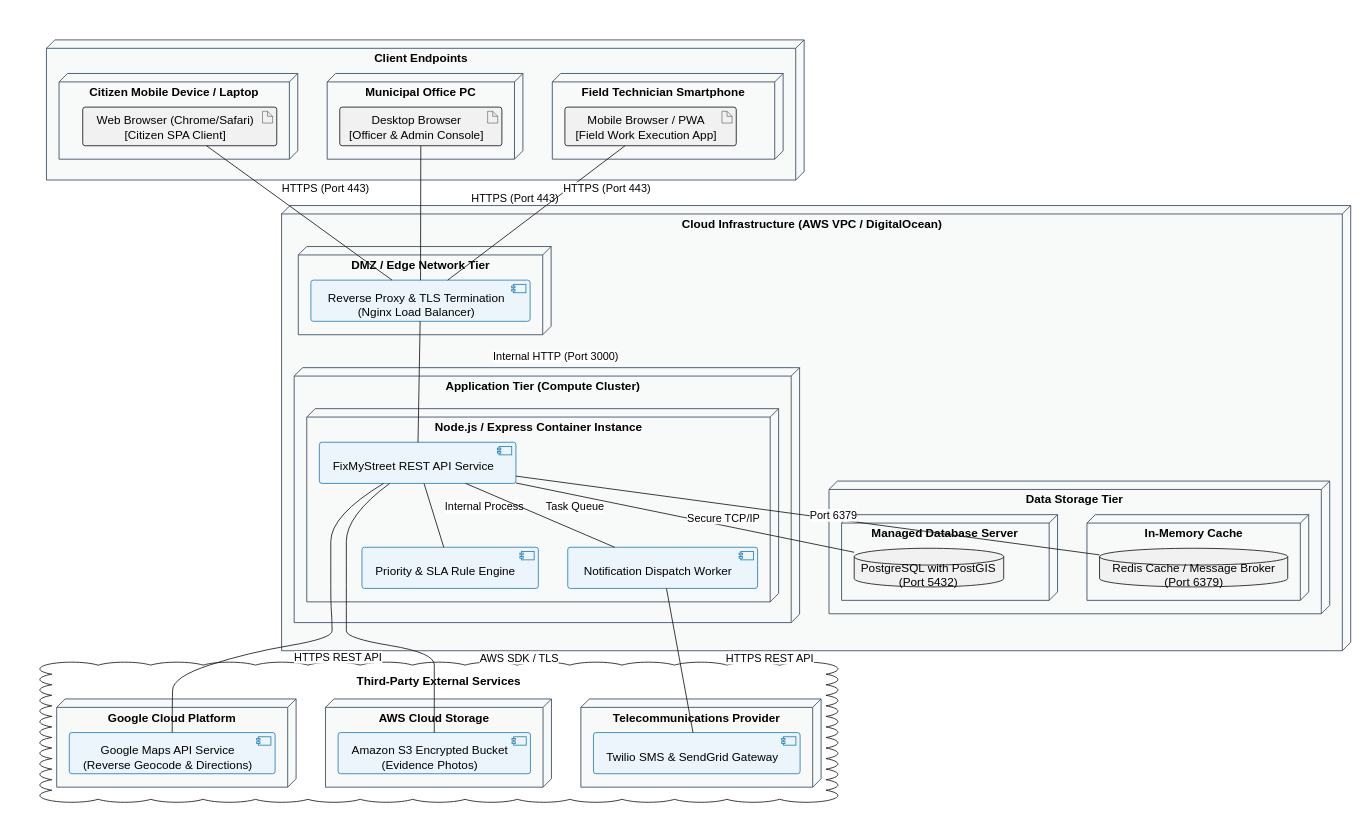
The draw.io diagram Deployment Diagram.drawio in SAAD01011/FixMyStreet-, before the edit. Source tidied: cells renumbered, new cells numbered last; positions are measured from the earlier drawing's top-left corner, leaving out a move shared by most shapes. Both pictures are drawn from the tidied source at 84%, with x=0, y=0 at pixel (14, 14).
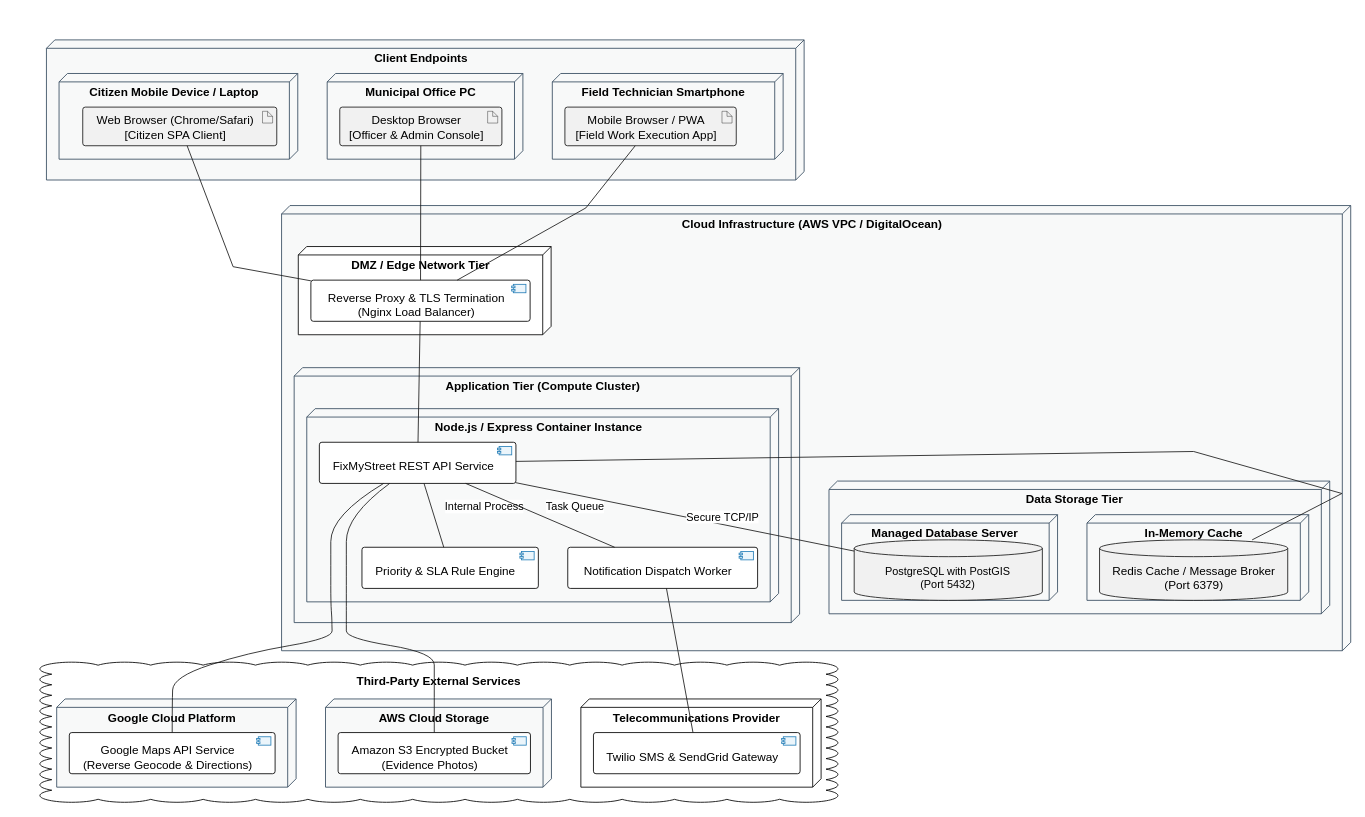
The same diagram, later.

Unchanged cells that the change refers to:
```xml
<mxCell id="2" style="group;transparentBounds=1;editIcon=1;lockedGroup=0;groupPadding=10;" parent="1" vertex="1">
  <mxGeometry as="geometry" />
</mxCell>
<mxCell id="5" value="Web Browser (Chrome/Safari)&#10;[Citizen SPA Client]" style="rounded=1;absoluteArcSize=1;arcSize=6;fillColor=#F1F1F1;strokeColor=#181818;fontSize=14;whiteSpace=wrap;spacingRight=10;spacingTop=2;shadow=0;" parent="4" vertex="1">
  <mxGeometry x="28.2" y="40" width="231" height="46" as="geometry" />
</mxCell>
<mxCell id="8" value="Desktop Browser&#10;[Officer &amp; Admin Console]" style="rounded=1;absoluteArcSize=1;arcSize=6;fillColor=#F1F1F1;strokeColor=#181818;fontSize=14;whiteSpace=wrap;spacingRight=10;spacingTop=2;shadow=0;" parent="7" vertex="1">
  <mxGeometry x="15" y="40" width="193" height="46" as="geometry" />
</mxCell>
<mxCell id="11" value="Mobile Browser / PWA&#10;[Field Work Execution App]" style="rounded=1;absoluteArcSize=1;arcSize=6;fillColor=#F1F1F1;strokeColor=#181818;fontSize=14;whiteSpace=wrap;spacingRight=10;spacingTop=2;shadow=0;" parent="10" vertex="1">
  <mxGeometry x="15" y="40" width="204" height="46" as="geometry" />
</mxCell>
<mxCell id="13" value="Cloud Infrastructure (AWS VPC / DigitalOcean)" style="shape=cube;size=10;flipH=1;fillColor=#F8F9F9;strokeColor=#34495E;verticalAlign=top;align=center;spacingTop=7;spacingRight=10;fontSize=14;fontStyle=1;whiteSpace=wrap;rounded=1;arcSize=6;absoluteArcSize=1;shadow=0;" parent="2" vertex="1">
  <mxGeometry x="317.7" y="227.2" width="1272.8" height="530" as="geometry" />
</mxCell>
<mxCell id="20" value="Node.js / Express Container Instance" style="shape=cube;size=10;flipH=1;fillColor=#F8F9F9;strokeColor=#34495E;verticalAlign=top;align=center;spacingTop=7;spacingRight=10;fontSize=14;fontStyle=1;whiteSpace=wrap;rounded=1;arcSize=6;absoluteArcSize=1;shadow=0;" parent="19" vertex="1">
  <mxGeometry x="15" y="48.8" width="561.7" height="230" as="geometry" />
</mxCell>
<mxCell id="36" value="Managed Database Server" style="shape=cube;size=10;flipH=1;fillColor=#F8F9F9;strokeColor=#34495E;verticalAlign=top;align=center;spacingTop=7;spacingRight=10;fontSize=14;fontStyle=1;whiteSpace=wrap;rounded=1;arcSize=6;absoluteArcSize=1;shadow=0;" parent="35" vertex="1">
  <mxGeometry x="15" y="40" width="257.1" height="102" as="geometry" />
</mxCell>
<mxCell id="38" value="In-Memory Cache" style="shape=cube;size=10;flipH=1;fillColor=#F8F9F9;strokeColor=#34495E;verticalAlign=top;align=center;spacingTop=7;spacingRight=10;fontSize=14;fontStyle=1;whiteSpace=wrap;rounded=1;arcSize=6;absoluteArcSize=1;shadow=0;" parent="35" vertex="1">
  <mxGeometry x="307.1" y="40" width="264" height="102" as="geometry" />
</mxCell>
<mxCell id="44" value="Google Cloud Platform" style="shape=cube;size=10;flipH=1;fillColor=#F8F9F9;strokeColor=#34495E;verticalAlign=top;align=center;spacingTop=7;spacingRight=10;fontSize=14;fontStyle=1;whiteSpace=wrap;rounded=1;arcSize=6;absoluteArcSize=1;shadow=0;" parent="43" vertex="1">
  <mxGeometry x="20" y="43.8" width="285" height="105" as="geometry" />
</mxCell>
<mxCell id="49" value="AWS Cloud Storage" style="shape=cube;size=10;flipH=1;fillColor=#F8F9F9;strokeColor=#34495E;verticalAlign=top;align=center;spacingTop=7;spacingRight=10;fontSize=14;fontStyle=1;whiteSpace=wrap;rounded=1;arcSize=6;absoluteArcSize=1;shadow=0;" parent="43" vertex="1">
  <mxGeometry x="340" y="43.8" width="269" height="105" as="geometry" />
</mxCell>
```

What changed in the source:
```diff
@@
-    <mxCell id="14" value="DMZ / Edge Network Tier" style="shape=cube;size=10;flipH=1;fillColor=#F8F9F9;strokeColor=#34495E;verticalAlign=top;align=center;spacingTop=7;spacingRight=10;fontSize=14;fontStyle=1;whiteSpace=wrap;rounded=1;arcSize=6;absoluteArcSize=1;shadow=0;" parent="13" vertex="1">
+    <mxCell id="14" value="DMZ / Edge Network Tier" style="shape=cube;size=10;flipH=1;verticalAlign=top;align=center;spacingTop=7;spacingRight=10;fontSize=14;fontStyle=1;whiteSpace=wrap;rounded=1;arcSize=6;absoluteArcSize=1;shadow=0;" parent="13" vertex="1">
       <mxGeometry x="19.9" y="48.8" width="301" height="105" as="geometry" />
     </mxCell>
-    <mxCell id="15" value="Reverse Proxy &amp; TLS Termination&#10;(Nginx Load Balancer)" style="rounded=1;absoluteArcSize=1;arcSize=6;fillColor=#EBF5FB;strokeColor=#2980B9;fontSize=14;whiteSpace=wrap;spacingRight=10;spacingTop=9;shadow=0;" parent="14" vertex="1">
+    <mxCell id="15" value="Reverse Proxy &amp; TLS Termination&#10;(Nginx Load Balancer)" style="rounded=1;absoluteArcSize=1;arcSize=6;fontSize=14;whiteSpace=wrap;spacingRight=10;spacingTop=9;shadow=0;" parent="14" vertex="1">
       <mxGeometry x="15" y="40" width="261" height="49" as="geometry" />
     </mxCell>
@@
-    <mxCell id="21" value="FixMyStreet REST API Service" style="rounded=1;absoluteArcSize=1;arcSize=6;fillColor=#EBF5FB;strokeColor=#2980B9;fontSize=14;whiteSpace=wrap;spacingRight=10;spacingTop=9;shadow=0;" parent="20" vertex="1">
+    <mxCell id="21" value="FixMyStreet REST API Service" style="rounded=1;absoluteArcSize=1;arcSize=6;fontSize=14;whiteSpace=wrap;spacingRight=10;spacingTop=9;shadow=0;" parent="20" vertex="1">
       <mxGeometry x="15" y="40" width="234" height="49" as="geometry" />
     </mxCell>
@@
-    <mxCell id="25" value="Priority &amp; SLA Rule Engine" style="rounded=1;absoluteArcSize=1;arcSize=6;fillColor=#EBF5FB;strokeColor=#2980B9;fontSize=14;whiteSpace=wrap;spacingRight=10;spacingTop=9;shadow=0;" parent="20" vertex="1">
+    <mxCell id="25" value="Priority &amp; SLA Rule Engine" style="rounded=1;absoluteArcSize=1;arcSize=6;fontSize=14;whiteSpace=wrap;spacingRight=10;spacingTop=9;shadow=0;" parent="20" vertex="1">
       <mxGeometry x="65.7" y="165" width="210" height="49" as="geometry" />
     </mxCell>
@@
-    <mxCell id="29" value="Notification Dispatch Worker" style="rounded=1;absoluteArcSize=1;arcSize=6;fillColor=#EBF5FB;strokeColor=#2980B9;fontSize=14;whiteSpace=wrap;spacingRight=10;spacingTop=9;shadow=0;" parent="20" vertex="1">
+    <mxCell id="29" value="Notification Dispatch Worker" style="rounded=1;absoluteArcSize=1;arcSize=6;fontSize=14;whiteSpace=wrap;spacingRight=10;spacingTop=9;shadow=0;" parent="20" vertex="1">
       <mxGeometry x="310.7" y="165" width="226" height="49" as="geometry" />
     </mxCell>
@@
-    <mxCell id="37" value="PostgreSQL with PostGIS&#10;(Port 5432)" style="shape=cylinder3;size=10;boundedLbl=1;backgroundOutline=1;fillColor=#F1F1F1;strokeColor=#181818;fontSize=14;whiteSpace=wrap;rounded=1;arcSize=6;absoluteArcSize=1;shadow=0;" parent="36" vertex="1">
-      <mxGeometry x="15" y="40" width="178" height="46" as="geometry" />
+    <mxCell id="37" value="PostgreSQL with PostGIS&#10;(Port 5432)" style="shape=cylinder3;size=10;boundedLbl=1;backgroundOutline=1;fillColor=#F1F1F1;strokeColor=#181818;fontSize=13;whiteSpace=wrap;rounded=1;arcSize=6;absoluteArcSize=1;shadow=0;" parent="36" vertex="1">
+      <mxGeometry x="15" y="30" width="224" height="72" as="geometry" />
     </mxCell>
@@
     <mxCell id="39" value="Redis Cache / Message Broker&#10;(Port 6379)" style="shape=cylinder3;size=10;boundedLbl=1;backgroundOutline=1;fillColor=#F1F1F1;strokeColor=#181818;fontSize=14;whiteSpace=wrap;rounded=1;arcSize=6;absoluteArcSize=1;shadow=0;" parent="38" vertex="1">
-      <mxGeometry x="15" y="40" width="224" height="46" as="geometry" />
+      <mxGeometry x="15" y="30" width="224" height="72" as="geometry" />
     </mxCell>
-    <mxCell id="40" value="Internal HTTP (Port 3000)" style="strokeColor=#181818;fontColor=#000000;fontSize=13;html=1;labelBackgroundColor=#FFFFFF;labelPosition=right;align=left;endArrow=none;curved=0;rounded=0;endSize=6;sourcePerimeterSpacing=0;targetPerimeterSpacing=0;" parent="13" edge="1" source="15" target="21">
+    <mxCell id="40" style="strokeColor=#181818;fontColor=#000000;fontSize=13;html=1;labelBackgroundColor=#FFFFFF;labelPosition=right;align=left;endArrow=none;curved=0;rounded=0;endSize=6;sourcePerimeterSpacing=0;targetPerimeterSpacing=0;" parent="13" edge="1" source="15" target="21">
       <mxGeometry relative="1" as="geometry">
         <mxPoint x="87" y="-30" as="offset" />
       </mxGeometry>
     </mxCell>
@@
-    <mxCell id="42" value="Port 6379" style="strokeColor=#181818;fontColor=#000000;fontSize=13;html=1;labelBackgroundColor=#FFFFFF;labelPosition=right;align=left;endArrow=none;curved=0;rounded=0;endSize=6;sourcePerimeterSpacing=0;targetPerimeterSpacing=0;" parent="13" edge="1" source="21" target="39">
-      <mxGeometry relative="1" as="geometry" />
+    <mxCell id="42" style="strokeColor=#181818;fontColor=#000000;fontSize=13;html=1;labelBackgroundColor=#FFFFFF;labelPosition=right;align=left;endArrow=none;curved=0;rounded=0;endSize=6;sourcePerimeterSpacing=0;targetPerimeterSpacing=0;" parent="13" edge="1" source="21" target="39">
+      <mxGeometry x="-0.19" relative="1" as="geometry">
+        <Array as="points">
+          <mxPoint x="1085.8" y="292.8" />
+          <mxPoint x="1262.3" y="342.8" />
+        </Array>
+      </mxGeometry>
     </mxCell>
-    <mxCell id="43" value="Third-Party External Services" style="shape=mxgraph.basic.cloud_rect;html=1;fillColor=none;strokeColor=#181818;verticalAlign=top;align=center;spacingTop=8;fontSize=14;fontStyle=1;whiteSpace=wrap;rounded=1;arcSize=6;absoluteArcSize=1;shadow=0;" parent="2" vertex="1">
+    <mxCell id="43" value="Third-Party External Services" style="shape=mxgraph.basic.cloud_rect;html=1;verticalAlign=top;align=center;spacingTop=8;fontSize=14;fontStyle=1;whiteSpace=wrap;rounded=1;arcSize=6;absoluteArcSize=1;shadow=0;" parent="2" vertex="1">
       <mxGeometry x="30" y="770.8" width="950" height="166.8" as="geometry" />
     </mxCell>
@@
-    <mxCell id="45" value="Google Maps API Service&#10;(Reverse Geocode &amp; Directions)" style="rounded=1;absoluteArcSize=1;arcSize=6;fillColor=#EBF5FB;strokeColor=#2980B9;fontSize=14;whiteSpace=wrap;spacingRight=10;spacingTop=9;shadow=0;" parent="44" vertex="1">
+    <mxCell id="45" value="Google Maps API Service&#10;(Reverse Geocode &amp; Directions)" style="rounded=1;absoluteArcSize=1;arcSize=6;fontSize=14;whiteSpace=wrap;spacingRight=10;spacingTop=9;shadow=0;" parent="44" vertex="1">
       <mxGeometry x="15" y="40" width="245" height="49" as="geometry" />
     </mxCell>
@@
-    <mxCell id="50" value="Amazon S3 Encrypted Bucket&#10;(Evidence Photos)" style="rounded=1;absoluteArcSize=1;arcSize=6;fillColor=#EBF5FB;strokeColor=#2980B9;fontSize=14;whiteSpace=wrap;spacingRight=10;spacingTop=9;shadow=0;" parent="49" vertex="1">
+    <mxCell id="50" value="Amazon S3 Encrypted Bucket&#10;(Evidence Photos)" style="rounded=1;absoluteArcSize=1;arcSize=6;fontSize=14;whiteSpace=wrap;spacingRight=10;spacingTop=9;shadow=0;" parent="49" vertex="1">
       <mxGeometry x="15" y="40" width="229" height="49" as="geometry" />
     </mxCell>
@@
-    <mxCell id="54" value="Telecommunications Provider" style="shape=cube;size=10;flipH=1;fillColor=#F8F9F9;strokeColor=#34495E;verticalAlign=top;align=center;spacingTop=7;spacingRight=10;fontSize=14;fontStyle=1;whiteSpace=wrap;rounded=1;arcSize=6;absoluteArcSize=1;shadow=0;" parent="43" vertex="1">
+    <mxCell id="54" value="Telecommunications Provider" style="shape=cube;size=10;flipH=1;verticalAlign=top;align=center;spacingTop=7;spacingRight=10;fontSize=14;fontStyle=1;whiteSpace=wrap;rounded=1;arcSize=6;absoluteArcSize=1;shadow=0;" parent="43" vertex="1">
       <mxGeometry x="644" y="43.8" width="286" height="105" as="geometry" />
     </mxCell>
-    <mxCell id="55" value="Twilio SMS &amp; SendGrid Gateway" style="rounded=1;absoluteArcSize=1;arcSize=6;fillColor=#EBF5FB;strokeColor=#2980B9;fontSize=14;whiteSpace=wrap;spacingRight=10;spacingTop=9;shadow=0;" parent="54" vertex="1">
+    <mxCell id="55" value="Twilio SMS &amp; SendGrid Gateway" style="rounded=1;absoluteArcSize=1;arcSize=6;fontSize=14;whiteSpace=wrap;spacingRight=10;spacingTop=9;shadow=0;" parent="54" vertex="1">
       <mxGeometry x="15" y="40" width="246" height="49" as="geometry" />
     </mxCell>
@@
-    <mxCell id="59" value="HTTPS (Port 443)" style="strokeColor=#181818;fontColor=#000000;fontSize=13;html=1;labelBackgroundColor=#FFFFFF;verticalAlign=bottom;endArrow=none;curved=0;rounded=0;endSize=6;sourcePerimeterSpacing=0;targetPerimeterSpacing=0;" parent="2" edge="1" source="5" target="15">
+    <mxCell id="59" style="strokeColor=#181818;fontColor=#000000;fontSize=13;html=1;labelBackgroundColor=#FFFFFF;verticalAlign=bottom;endArrow=none;curved=0;rounded=0;endSize=6;sourcePerimeterSpacing=0;targetPerimeterSpacing=0;" parent="2" edge="1" source="5" target="15">
       <mxGeometry relative="1" as="geometry">
+        <Array as="points">
+          <mxPoint x="260" y="300" />
+        </Array>
         <mxPoint x="32" y="-18" as="offset" />
       </mxGeometry>
     </mxCell>
-    <mxCell id="60" value="HTTPS (Port 443)" style="strokeColor=#181818;fontColor=#000000;fontSize=13;html=1;labelBackgroundColor=#FFFFFF;labelPosition=right;align=left;endArrow=none;curved=0;rounded=0;endSize=6;sourcePerimeterSpacing=0;targetPerimeterSpacing=0;" parent="2" edge="1" source="8" target="15">
+    <mxCell id="60" style="strokeColor=#181818;fontColor=#000000;fontSize=13;html=1;labelBackgroundColor=#FFFFFF;labelPosition=right;align=left;endArrow=none;curved=0;rounded=0;endSize=6;sourcePerimeterSpacing=0;targetPerimeterSpacing=0;" parent="2" edge="1" source="8" target="15">
       <mxGeometry relative="1" as="geometry">
         <mxPoint x="59" y="-18" as="offset" />
       </mxGeometry>
     </mxCell>
-    <mxCell id="61" value="HTTPS (Port 443)" style="strokeColor=#181818;fontColor=#000000;fontSize=13;html=1;labelBackgroundColor=#FFFFFF;verticalAlign=bottom;endArrow=none;curved=0;rounded=0;endSize=6;sourcePerimeterSpacing=0;targetPerimeterSpacing=0;" parent="2" edge="1" source="11" target="15">
+    <mxCell id="61" style="strokeColor=#181818;fontColor=#000000;fontSize=13;html=1;labelBackgroundColor=#FFFFFF;verticalAlign=bottom;endArrow=none;curved=0;rounded=0;endSize=6;sourcePerimeterSpacing=0;targetPerimeterSpacing=0;" parent="2" edge="1" source="11" target="15">
       <mxGeometry relative="1" as="geometry">
+        <Array as="points">
+          <mxPoint x="680" y="230" />
+        </Array>
         <mxPoint x="84" y="-18" as="offset" />
       </mxGeometry>
     </mxCell>
-    <mxCell id="62" value="HTTPS REST API" style="strokeColor=#181818;fontColor=#000000;fontSize=13;html=1;labelBackgroundColor=#FFFFFF;labelPosition=right;align=left;endArrow=none;curved=1;rounded=0;endSize=6;sourcePerimeterSpacing=0;targetPerimeterSpacing=0;" parent="2" edge="1" source="21" target="45">
+    <mxCell id="62" style="strokeColor=#181818;fontColor=#000000;fontSize=13;html=1;labelBackgroundColor=#FFFFFF;labelPosition=right;align=left;endArrow=none;curved=1;rounded=0;endSize=6;sourcePerimeterSpacing=0;targetPerimeterSpacing=0;" parent="2" edge="1" source="21" target="45">
       <mxGeometry relative="1" as="geometry">
         <Array as="points">
           <mxPoint x="376.3" y="596" />
           <mxPoint x="376.3" y="658.5" />
           <mxPoint x="376.3" y="700.7" />
           <mxPoint x="377.6" y="718.5" />
           <mxPoint x="377.6" y="724.7" />
           <mxPoint x="378.1" y="742.4" />
           <mxPoint x="277" y="759.6" />
           <mxPoint x="188.5" y="788.3" />
           <mxPoint x="187.5" y="819.6" />
         </Array>
         <mxPoint x="-26" y="19" as="offset" />
       </mxGeometry>
     </mxCell>
-    <mxCell id="63" value="AWS SDK / TLS" style="strokeColor=#181818;fontColor=#000000;fontSize=13;html=1;labelBackgroundColor=#FFFFFF;labelPosition=right;align=left;endArrow=none;curved=1;rounded=0;endSize=6;sourcePerimeterSpacing=0;targetPerimeterSpacing=0;" parent="2" edge="1" source="21" target="50">
+    <mxCell id="63" style="strokeColor=#181818;fontColor=#000000;fontSize=13;html=1;labelBackgroundColor=#FFFFFF;labelPosition=right;align=left;endArrow=none;curved=1;rounded=0;endSize=6;sourcePerimeterSpacing=0;targetPerimeterSpacing=0;" parent="2" edge="1" source="21" target="50">
       <mxGeometry relative="1" as="geometry">
         <Array as="points">
           <mxPoint x="394.8" y="596" />
           <mxPoint x="394.8" y="658.5" />
           <mxPoint x="394.8" y="700.7" />
           <mxPoint x="394.8" y="718.5" />
           <mxPoint x="394.8" y="724.7" />
           <mxPoint x="394.8" y="742.4" />
           <mxPoint x="499.5" y="759.6" />
           <mxPoint x="499.5" y="788.3" />
           <mxPoint x="499.5" y="819.6" />
         </Array>
         <mxPoint x="157" y="28" as="offset" />
       </mxGeometry>
     </mxCell>
-    <mxCell id="64" value="HTTPS REST API" style="strokeColor=#181818;fontColor=#000000;fontSize=13;html=1;labelBackgroundColor=#FFFFFF;labelPosition=right;align=left;endArrow=none;curved=0;rounded=0;endSize=6;sourcePerimeterSpacing=0;targetPerimeterSpacing=0;" parent="2" edge="1" source="29" target="55">
+    <mxCell id="64" style="strokeColor=#181818;fontColor=#000000;fontSize=13;html=1;labelBackgroundColor=#FFFFFF;labelPosition=right;align=left;endArrow=none;curved=0;rounded=0;endSize=6;sourcePerimeterSpacing=0;targetPerimeterSpacing=0;" parent="2" edge="1" source="29" target="55">
       <mxGeometry relative="1" as="geometry">
         <mxPoint x="53" y="-3" as="offset" />
       </mxGeometry>
     </mxCell>
```
